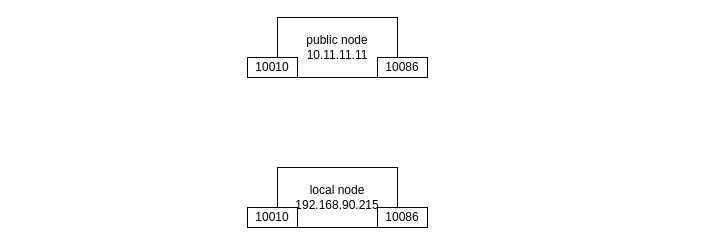
Above: notes/未命名绘图.drawio in glianyi/HBSTSG (draw.io), before the change. Source tidied: cells renumbered, new cells numbered last; positions are measured from the earlier drawing's top-left corner, leaving out a move shared by most shapes. Both pictures are drawn from the tidied source at 100%, with x=0, y=0 at pixel (247, 17).
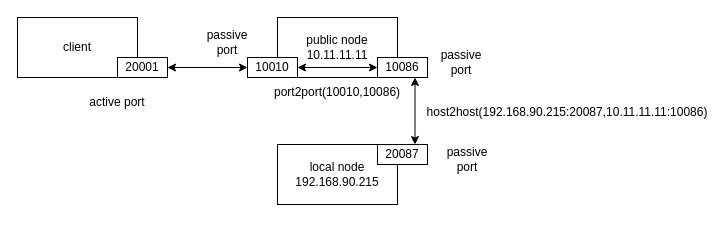
The same diagram, later.

Commit message:
更新未命名绘图.drawio

Change to the diagram source:
```diff
@@
 <mxGraphModel>
   <root>
     <mxCell id="0" />
     <mxCell id="1" parent="0" />
     <mxCell id="2" value="public node&lt;br&gt;10.11.11.11" style="rounded=0;whiteSpace=wrap;html=1;" parent="1" vertex="1">
       <mxGeometry x="30" width="120" height="60" as="geometry" />
     </mxCell>
     <mxCell id="3" value="10086" style="rounded=0;whiteSpace=wrap;html=1;" parent="1" vertex="1">
       <mxGeometry x="130" y="40" width="50" height="20" as="geometry" />
     </mxCell>
     <mxCell id="4" value="10010" style="rounded=0;whiteSpace=wrap;html=1;" parent="1" vertex="1">
       <mxGeometry y="40" width="50" height="20" as="geometry" />
     </mxCell>
     <mxCell id="5" value="local node&lt;br&gt;192.168.90.215" style="rounded=0;whiteSpace=wrap;html=1;" parent="1" vertex="1">
-      <mxGeometry x="30" y="150" width="120" height="60" as="geometry" />
+      <mxGeometry x="30" y="127" width="120" height="60" as="geometry" />
     </mxCell>
-    <mxCell id="6" value="10086" style="rounded=0;whiteSpace=wrap;html=1;" parent="1" vertex="1">
-      <mxGeometry x="130" y="190" width="50" height="20" as="geometry" />
+    <mxCell id="6" value="20087" style="rounded=0;whiteSpace=wrap;html=1;" parent="1" vertex="1">
+      <mxGeometry x="130" y="127" width="50" height="20" as="geometry" />
     </mxCell>
-    <mxCell id="7" value="10010" style="rounded=0;whiteSpace=wrap;html=1;" parent="1" vertex="1">
-      <mxGeometry y="190" width="50" height="20" as="geometry" />
-    </mxCell>
+    <mxCell id="8" value="client" style="rounded=0;whiteSpace=wrap;html=1;" parent="1" vertex="1">
+      <mxGeometry x="-230" width="120" height="60" as="geometry" />
+    </mxCell>
+    <mxCell id="9" value="20001" style="rounded=0;whiteSpace=wrap;html=1;" parent="1" vertex="1">
+      <mxGeometry x="-130" y="40" width="50" height="20" as="geometry" />
+    </mxCell>
+    <mxCell id="10" style="endArrow=classic;startArrow=classic;html=1;rounded=0;entryX=0.75;entryY=1;entryDx=0;entryDy=0;exitX=0.75;exitY=0;exitDx=0;exitDy=0;" parent="1" edge="1" source="6" target="3">
+      <mxGeometry relative="1" as="geometry" />
+    </mxCell>
+    <mxCell id="11" style="endArrow=classic;startArrow=classic;html=1;rounded=0;exitX=1;exitY=0.5;exitDx=0;exitDy=0;" parent="1" edge="1" source="9">
+      <mxGeometry relative="1" as="geometry">
+        <mxPoint y="50" as="targetPoint" />
+      </mxGeometry>
+    </mxCell>
+    <mxCell id="12" value="port2port(10010,10086)" style="text;html=1;strokeColor=none;fillColor=none;align=center;verticalAlign=middle;whiteSpace=wrap;rounded=0;" parent="1" vertex="1">
+      <mxGeometry x="60" y="60" width="60" height="30" as="geometry" />
+    </mxCell>
+    <mxCell id="13" style="endArrow=classic;startArrow=classic;html=1;rounded=0;exitX=1;exitY=0.5;exitDx=0;exitDy=0;" parent="1" edge="1" source="4">
+      <mxGeometry relative="1" as="geometry">
+        <mxPoint x="130" y="50" as="targetPoint" />
+      </mxGeometry>
+    </mxCell>
+    <mxCell id="14" value="host2host(192.168.90.215:20087,10.11.11.11:10086)" style="text;html=1;strokeColor=none;fillColor=none;align=center;verticalAlign=middle;whiteSpace=wrap;rounded=0;" parent="1" vertex="1">
+      <mxGeometry x="290" y="80" width="60" height="30" as="geometry" />
+    </mxCell>
+    <mxCell id="15" value="passive port" style="text;html=1;strokeColor=none;fillColor=none;align=center;verticalAlign=middle;whiteSpace=wrap;rounded=0;" parent="1" vertex="1">
+      <mxGeometry x="184" y="30" width="60" height="30" as="geometry" />
+    </mxCell>
+    <mxCell id="16" value="passive port" style="text;html=1;strokeColor=none;fillColor=none;align=center;verticalAlign=middle;whiteSpace=wrap;rounded=0;" parent="1" vertex="1">
+      <mxGeometry x="-50" y="10" width="60" height="30" as="geometry" />
+    </mxCell>
+    <mxCell id="17" value="active port" style="text;html=1;strokeColor=none;fillColor=none;align=center;verticalAlign=middle;whiteSpace=wrap;rounded=0;" parent="1" vertex="1">
+      <mxGeometry x="-160" y="70" width="60" height="30" as="geometry" />
+    </mxCell>
+    <mxCell id="18" value="passive port" style="text;html=1;strokeColor=none;fillColor=none;align=center;verticalAlign=middle;whiteSpace=wrap;rounded=0;" parent="1" vertex="1">
+      <mxGeometry x="190" y="127" width="60" height="30" as="geometry" />
+    </mxCell>
   </root>
 </mxGraphModel>
```
